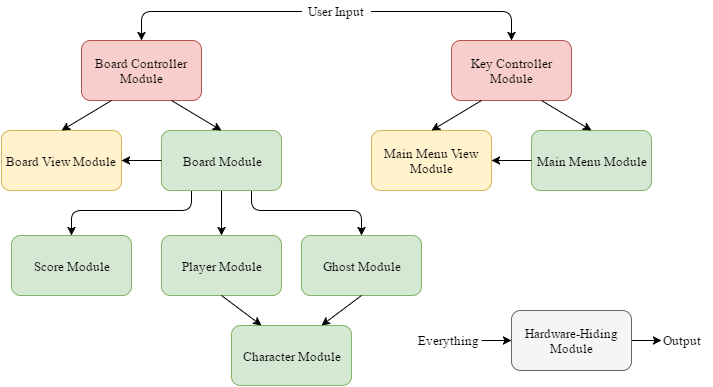
The draw.io diagram Doc/Design/MG/UsesHierarchy.png in prajvinjalan/Namcap, before a commit. Source tidied: cells renumbered, new cells last; positions are measured from the earlier drawing's top-left corner, leaving out a move shared by most shapes.
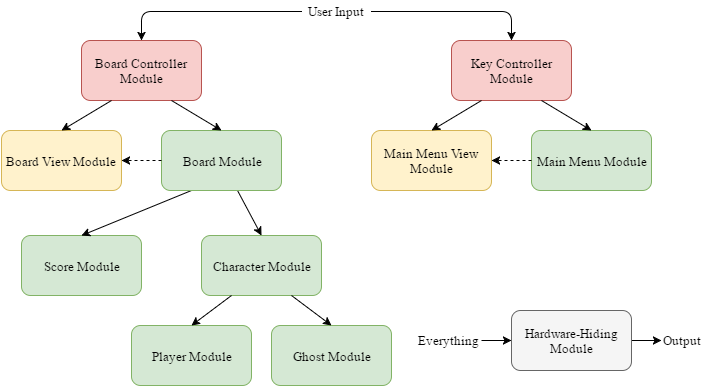
Above is the later version.

Commit message:
Slight Modification to MG Modified Uses Hierarchy Diagram in MG. Added Test Report Template.

Diff of the diagram source:
```diff
@@ -12,43 +12,25 @@
       <mxGeometry x="510" y="309" width="120" height="60" as="geometry" />
     </mxCell>
     <mxCell id="5" value="Ghost Module" style="rounded=1;whiteSpace=wrap;html=1;strokeWidth=1;fillColor=#d5e8d4;fontFamily=Times New Roman;fontSize=13;strokeColor=#82b366;" parent="1" vertex="1">
-      <mxGeometry x="300" y="234" width="120" height="60" as="geometry" />
+      <mxGeometry x="270" y="324" width="120" height="60" as="geometry" />
     </mxCell>
-    <mxCell id="6" style="edgeStyle=orthogonalEdgeStyle;rounded=1;html=1;exitX=0.25;exitY=1;entryX=0.5;entryY=0;startArrow=none;startFill=0;endArrow=classic;endFill=1;jettySize=auto;fontFamily=Times New Roman;fontSize=13;" parent="1" edge="1" source="11" target="10">
-      <mxGeometry relative="1" as="geometry">
-        <Array as="points">
-          <mxPoint x="190" y="209" />
-          <mxPoint x="70" y="209" />
-        </Array>
-      </mxGeometry>
-    </mxCell>
-    <mxCell id="7" style="edgeStyle=orthogonalEdgeStyle;rounded=1;html=1;exitX=0.5;exitY=1;entryX=0.5;entryY=0;startArrow=none;startFill=0;endArrow=classic;endFill=1;jettySize=auto;fontFamily=Times New Roman;fontSize=13;" parent="1" edge="1" source="11" target="15">
-      <mxGeometry relative="1" as="geometry">
-        <Array as="points">
-          <mxPoint x="220" y="199" />
-          <mxPoint x="220" y="199" />
-        </Array>
-      </mxGeometry>
-    </mxCell>
-    <mxCell id="8" style="edgeStyle=orthogonalEdgeStyle;rounded=1;html=1;startArrow=none;startFill=0;endArrow=classic;endFill=1;jettySize=auto;fontFamily=Times New Roman;fontSize=13;entryX=0.5;entryY=0;exitX=0.75;exitY=1;" parent="1" edge="1" source="11" target="5">
-      <mxGeometry relative="1" as="geometry">
-        <Array as="points">
-          <mxPoint x="250" y="209" />
-          <mxPoint x="360" y="209" />
-        </Array>
-      </mxGeometry>
-    </mxCell>
     <mxCell id="9" value="Main Menu Module" style="rounded=1;whiteSpace=wrap;html=1;strokeWidth=1;fillColor=#d5e8d4;fontFamily=Times New Roman;fontSize=13;strokeColor=#82b366;" parent="1" vertex="1">
       <mxGeometry x="530" y="129" width="120" height="60" as="geometry" />
     </mxCell>
     <mxCell id="10" value="Score Module" style="rounded=1;whiteSpace=wrap;html=1;strokeWidth=1;fillColor=#d5e8d4;fontFamily=Times New Roman;fontSize=13;strokeColor=#82b366;" parent="1" vertex="1">
-      <mxGeometry x="10" y="234" width="120" height="60" as="geometry" />
+      <mxGeometry x="20" y="234" width="120" height="60" as="geometry" />
     </mxCell>
+    <mxCell id="31" style="edgeStyle=none;rounded=1;html=1;entryX=0.5;entryY=0;startArrow=none;startFill=0;endArrow=classic;endFill=1;jettySize=auto;fontFamily=Times New Roman;fontSize=13;" parent="1" edge="1" source="11" target="12">
+      <mxGeometry relative="1" as="geometry" />
+    </mxCell>
+    <mxCell id="6" style="edgeStyle=none;rounded=1;html=1;exitX=0.25;exitY=1;entryX=0.5;entryY=0;startArrow=none;startFill=0;endArrow=classic;endFill=1;jettySize=auto;fontFamily=Times New Roman;fontSize=13;" parent="1" edge="1" source="11" target="10">
+      <mxGeometry relative="1" as="geometry" />
+    </mxCell>
     <mxCell id="11" value="Board Module" style="rounded=1;whiteSpace=wrap;html=1;strokeWidth=1;fillColor=#d5e8d4;fontFamily=Times New Roman;fontSize=13;strokeColor=#82b366;" parent="1" vertex="1">
       <mxGeometry x="160" y="129" width="120" height="60" as="geometry" />
     </mxCell>
     <mxCell id="12" value="Character Module" style="rounded=1;whiteSpace=wrap;html=1;strokeWidth=1;fillColor=#d5e8d4;fontFamily=Times New Roman;fontSize=13;strokeColor=#82b366;" parent="1" vertex="1">
-      <mxGeometry x="230" y="324" width="120" height="60" as="geometry" />
+      <mxGeometry x="200" y="234" width="120" height="60" as="geometry" />
     </mxCell>
     <mxCell id="13" value="Board View Module" style="rounded=1;whiteSpace=wrap;html=1;strokeWidth=1;fillColor=#fff2cc;fontFamily=Times New Roman;fontSize=13;strokeColor=#d6b656;" parent="1" vertex="1">
       <mxGeometry y="129" width="120" height="60" as="geometry" />
@@ -57,7 +39,7 @@
       <mxGeometry x="80" y="39" width="120" height="60" as="geometry" />
     </mxCell>
     <mxCell id="15" value="Player Module" style="rounded=1;whiteSpace=wrap;html=1;strokeWidth=1;fillColor=#d5e8d4;fontFamily=Times New Roman;fontSize=13;strokeColor=#82b366;" parent="1" vertex="1">
-      <mxGeometry x="160" y="234" width="120" height="60" as="geometry" />
+      <mxGeometry x="130" y="324" width="120" height="60" as="geometry" />
     </mxCell>
     <mxCell id="16" value="Key Controller Module" style="rounded=1;whiteSpace=wrap;html=1;strokeWidth=1;fillColor=#f8cecc;fontFamily=Times New Roman;fontSize=13;strokeColor=#b85450;" parent="1" vertex="1">
       <mxGeometry x="450" y="39" width="120" height="60" as="geometry" />
@@ -65,10 +47,10 @@
     <mxCell id="17" value="Main Menu View Module" style="rounded=1;whiteSpace=wrap;html=1;strokeWidth=1;fillColor=#fff2cc;fontFamily=Times New Roman;fontSize=13;strokeColor=#d6b656;" parent="1" vertex="1">
       <mxGeometry x="370" y="129" width="120" height="60" as="geometry" />
     </mxCell>
-    <mxCell id="18" style="endArrow=classic;html=1;fontFamily=Times New Roman;fontSize=13;exitX=0.5;exitY=1;entryX=0.25;entryY=0;" parent="1" edge="1" source="15" target="12">
+    <mxCell id="18" style="endArrow=none;html=1;fontFamily=Times New Roman;fontSize=13;exitX=0.5;exitY=0;entryX=0.25;entryY=1;startArrow=classic;startFill=1;endFill=0;" parent="1" edge="1" source="15" target="12">
       <mxGeometry relative="1" as="geometry" />
     </mxCell>
-    <mxCell id="19" style="endArrow=classic;html=1;fontFamily=Times New Roman;fontSize=13;exitX=0.5;exitY=1;entryX=0.75;entryY=0;" parent="1" edge="1" source="5" target="12">
+    <mxCell id="19" style="endArrow=none;html=1;fontFamily=Times New Roman;fontSize=13;exitX=0.5;exitY=0;entryX=0.75;entryY=1;startArrow=classic;startFill=1;endFill=0;" parent="1" edge="1" source="5" target="12">
       <mxGeometry x="270" y="325" as="geometry" />
     </mxCell>
     <mxCell id="20" style="endArrow=classic;html=1;fontFamily=Times New Roman;fontSize=13;exitX=0.75;exitY=1;entryX=0.5;entryY=0;" parent="1" edge="1" source="14" target="11">
@@ -77,7 +59,7 @@
     <mxCell id="21" style="endArrow=classic;html=1;fontFamily=Times New Roman;fontSize=13;exitX=0.25;exitY=1;entryX=0.5;entryY=0;" parent="1" edge="1" source="14" target="13">
       <mxGeometry x="220" y="130" as="geometry" />
     </mxCell>
-    <mxCell id="22" style="endArrow=classic;html=1;fontFamily=Times New Roman;fontSize=13;exitX=0;exitY=0.5;entryX=1;entryY=0.5;" parent="1" edge="1" source="11" target="13">
+    <mxCell id="22" style="endArrow=classic;html=1;fontFamily=Times New Roman;fontSize=13;exitX=0;exitY=0.5;entryX=1;entryY=0.5;dashed=1;" parent="1" edge="1" source="11" target="13">
       <mxGeometry x="230" y="140" as="geometry" />
     </mxCell>
     <mxCell id="23" style="endArrow=classic;html=1;fontFamily=Times New Roman;fontSize=13;entryX=0.5;entryY=0;exitX=0.75;exitY=1;" parent="1" edge="1" source="16" target="9">
@@ -86,7 +68,7 @@
     <mxCell id="24" style="endArrow=classic;html=1;fontFamily=Times New Roman;fontSize=13;entryX=0.5;entryY=0;exitX=0.25;exitY=1;" parent="1" edge="1" source="16" target="17">
       <mxGeometry x="590" y="129" as="geometry" />
     </mxCell>
-    <mxCell id="25" style="endArrow=classic;html=1;fontFamily=Times New Roman;fontSize=13;exitX=0;exitY=0.5;entryX=1;entryY=0.5;" parent="1" edge="1" source="9" target="17">
+    <mxCell id="25" style="endArrow=classic;html=1;fontFamily=Times New Roman;fontSize=13;exitX=0;exitY=0.5;entryX=1;entryY=0.5;dashed=1;" parent="1" edge="1" source="9" target="17">
       <mxGeometry x="600" y="139" as="geometry" />
     </mxCell>
     <mxCell id="26" style="edgeStyle=orthogonalEdgeStyle;rounded=1;html=1;entryX=0.5;entryY=0;startArrow=none;startFill=0;endArrow=classic;endFill=1;jettySize=auto;fontFamily=Times New Roman;fontSize=13;" parent="1" edge="1" source="28" target="14">
```
